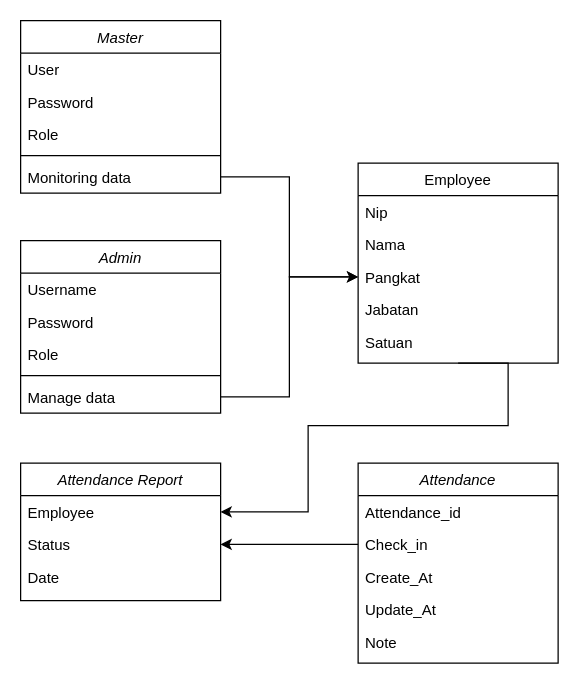
Before: classDiagram.drawio in dzikfr/aplikasi-absensi-baharkam-2024, a draw.io diagram. Source tidied: cells renumbered, new cells numbered last; positions are measured from the earlier drawing's top-left corner, leaving out a move shared by most shapes. Both pictures are drawn from the tidied source at 125%, with x=0, y=0 at pixel (20, 20).
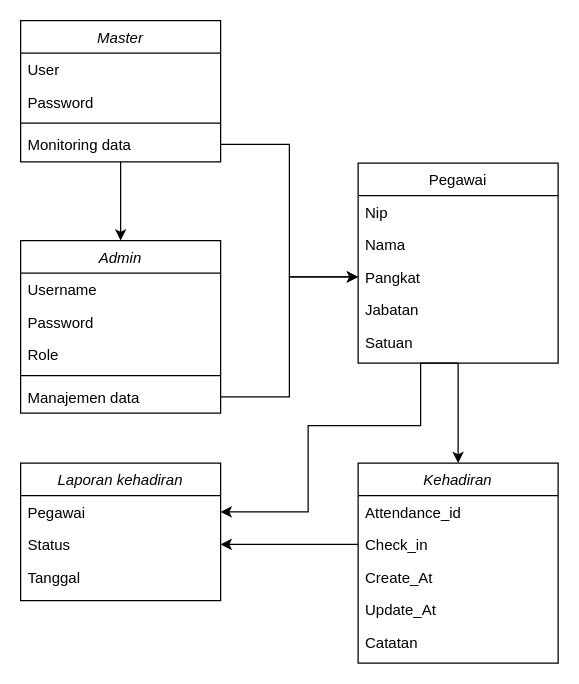
Above is the later version.

The change refers to these unchanged cells:
```xml
<mxCell id="19" value="Admin" style="swimlane;fontStyle=2;align=center;verticalAlign=top;horizontal=1;startSize=26;rounded=0;shadow=0;strokeWidth=1;" parent="1" vertex="1">
  <mxGeometry y="176" width="160" height="138" as="geometry" />
</mxCell>
```

Diff of the diagram source:
```diff
@@
+    <mxCell id="34" style="edgeStyle=orthogonalEdgeStyle;rounded=0;jettySize=auto;html=1;exitX=0.5;exitY=1;exitDx=0;exitDy=0;entryX=0.5;entryY=0;entryDx=0;entryDy=0;" parent="1" edge="1" source="2" target="19">
+      <mxGeometry relative="1" as="geometry" />
+    </mxCell>
     <mxCell id="2" value="Master" style="swimlane;fontStyle=2;align=center;verticalAlign=top;horizontal=1;startSize=26;rounded=0;shadow=0;strokeWidth=1;" parent="1" vertex="1">
-      <mxGeometry width="160" height="138" as="geometry" />
+      <mxGeometry width="160" height="113" as="geometry" />
     </mxCell>
@@
-    <mxCell id="5" value="Role" style="text;align=left;verticalAlign=top;spacingLeft=4;spacingRight=4;overflow=hidden;rounded=0;shadow=0;html=0;" parent="2" vertex="1">
-      <mxGeometry y="78" width="160" height="26" as="geometry" />
-    </mxCell>
     <mxCell id="6" style="line;html=1;strokeWidth=1;align=left;verticalAlign=middle;spacingTop=-1;spacingLeft=3;spacingRight=3;labelPosition=right;" parent="2" vertex="1">
-      <mxGeometry y="104" width="160" height="8" as="geometry" />
+      <mxGeometry y="78" width="160" height="8" as="geometry" />
     </mxCell>
     <mxCell id="7" value="Monitoring data" style="text;align=left;verticalAlign=top;spacingLeft=4;spacingRight=4;overflow=hidden;points=[[0,0.5],[1,0.5]];portConstraint=eastwest;" parent="2" vertex="1">
-      <mxGeometry y="112" width="160" height="26" as="geometry" />
+      <mxGeometry y="86" width="160" height="26" as="geometry" />
     </mxCell>
-    <mxCell id="8" value="Attendance Report" style="swimlane;fontStyle=2;align=center;verticalAlign=top;horizontal=1;startSize=26;rounded=0;shadow=0;strokeWidth=1;" parent="1" vertex="1">
+    <mxCell id="8" value="Laporan kehadiran" style="swimlane;fontStyle=2;align=center;verticalAlign=top;horizontal=1;startSize=26;rounded=0;shadow=0;strokeWidth=1;" parent="1" vertex="1">
       <mxGeometry y="354" width="160" height="110" as="geometry" />
     </mxCell>
-    <mxCell id="9" value="Employee" style="text;align=left;verticalAlign=top;spacingLeft=4;spacingRight=4;overflow=hidden;points=[[0,0.5],[1,0.5]];portConstraint=eastwest;" parent="8" vertex="1">
+    <mxCell id="9" value="Pegawai" style="text;align=left;verticalAlign=top;spacingLeft=4;spacingRight=4;overflow=hidden;points=[[0,0.5],[1,0.5]];portConstraint=eastwest;" parent="8" vertex="1">
       <mxGeometry y="26" width="160" height="26" as="geometry" />
     </mxCell>
@@
-    <mxCell id="11" value="Date" style="text;align=left;verticalAlign=top;spacingLeft=4;spacingRight=4;overflow=hidden;" parent="8" vertex="1">
+    <mxCell id="11" value="Tanggal" style="text;align=left;verticalAlign=top;spacingLeft=4;spacingRight=4;overflow=hidden;" parent="8" vertex="1">
       <mxGeometry y="78" width="160" height="26" as="geometry" />
     </mxCell>
     <mxCell id="12" style="edgeStyle=orthogonalEdgeStyle;rounded=0;jettySize=auto;html=1;exitX=0.5;exitY=1;exitDx=0;exitDy=0;" parent="1" edge="1" source="13" target="9">
       <mxGeometry relative="1" as="geometry">
         <Array as="points">
-          <mxPoint x="390" y="324" />
+          <mxPoint x="320" y="274" />
+          <mxPoint x="320" y="324" />
           <mxPoint x="230" y="324" />
           <mxPoint x="230" y="393" />
         </Array>
       </mxGeometry>
     </mxCell>
+    <mxCell id="35" style="edgeStyle=orthogonalEdgeStyle;rounded=0;jettySize=auto;html=1;exitX=0.5;exitY=1;exitDx=0;exitDy=0;entryX=0.5;entryY=0;entryDx=0;entryDy=0;" parent="1" edge="1" source="13" target="25">
+      <mxGeometry relative="1" as="geometry" />
+    </mxCell>
-    <mxCell id="13" value="Employee" style="swimlane;fontStyle=0;align=center;verticalAlign=top;horizontal=1;startSize=26;rounded=0;shadow=0;strokeWidth=1;" parent="1" vertex="1">
+    <mxCell id="13" value="Pegawai" style="swimlane;fontStyle=0;align=center;verticalAlign=top;horizontal=1;startSize=26;rounded=0;shadow=0;strokeWidth=1;" parent="1" vertex="1">
       <mxGeometry x="270" y="114" width="160" height="160" as="geometry" />
     </mxCell>
@@
-    <mxCell id="24" value="Manage data" style="text;align=left;verticalAlign=top;spacingLeft=4;spacingRight=4;overflow=hidden;points=[[0,0.5],[1,0.5]];portConstraint=eastwest;" parent="19" vertex="1">
+    <mxCell id="24" value="Manajemen data" style="text;align=left;verticalAlign=top;spacingLeft=4;spacingRight=4;overflow=hidden;points=[[0,0.5],[1,0.5]];portConstraint=eastwest;" parent="19" vertex="1">
       <mxGeometry y="112" width="160" height="26" as="geometry" />
     </mxCell>
-    <mxCell id="25" value="Attendance" style="swimlane;fontStyle=2;align=center;verticalAlign=top;horizontal=1;startSize=26;rounded=0;shadow=0;strokeWidth=1;" parent="1" vertex="1">
+    <mxCell id="25" value="Kehadiran" style="swimlane;fontStyle=2;align=center;verticalAlign=top;horizontal=1;startSize=26;rounded=0;shadow=0;strokeWidth=1;" parent="1" vertex="1">
       <mxGeometry x="270" y="354" width="160" height="160" as="geometry" />
     </mxCell>
@@
-    <mxCell id="30" value="Note" style="text;align=left;verticalAlign=top;spacingLeft=4;spacingRight=4;overflow=hidden;" parent="25" vertex="1">
+    <mxCell id="30" value="Catatan" style="text;align=left;verticalAlign=top;spacingLeft=4;spacingRight=4;overflow=hidden;" parent="25" vertex="1">
       <mxGeometry y="130" width="160" height="26" as="geometry" />
     </mxCell>
```
